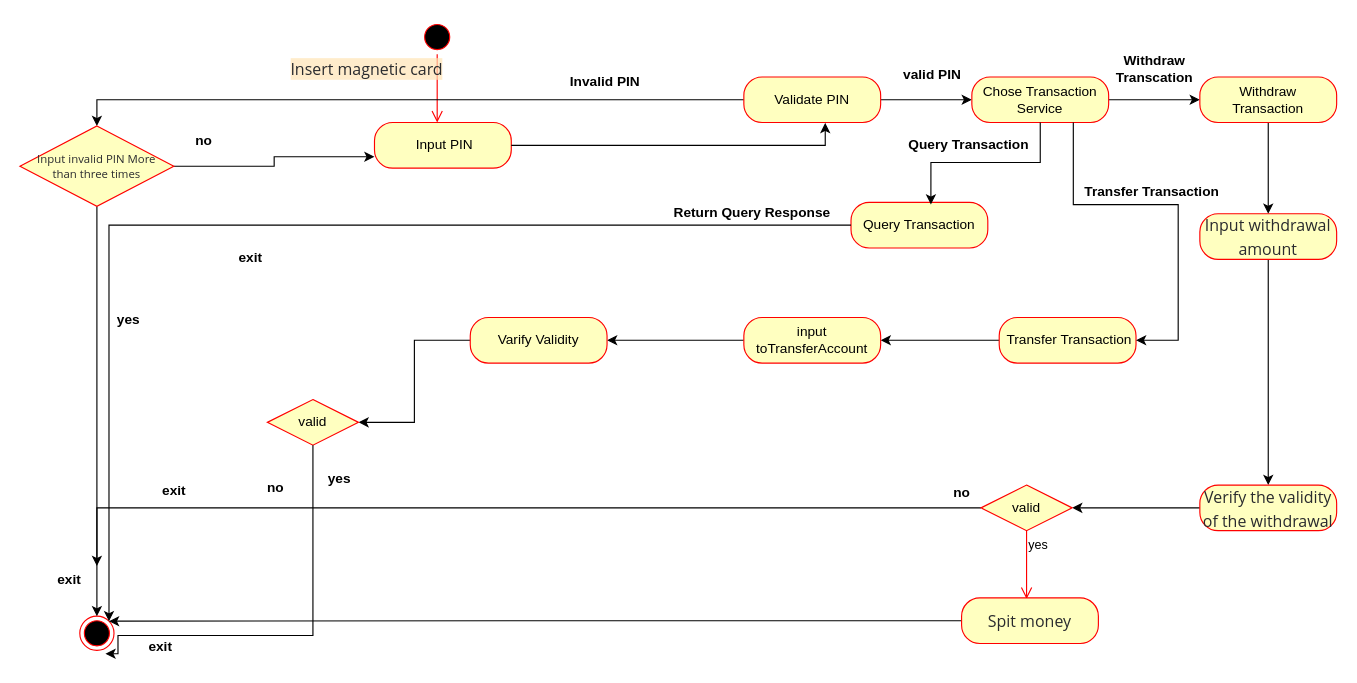
Above: 吴宏伟-活动图-1.drawio in Forrest-Tao/draw.io (draw.io), before the change. Source tidied: cells renumbered, new cells numbered last; positions are measured from the earlier drawing's top-left corner, leaving out a move shared by most shapes. Both pictures are drawn from the tidied source at 114%, with x=0, y=0 at pixel (19, 19).
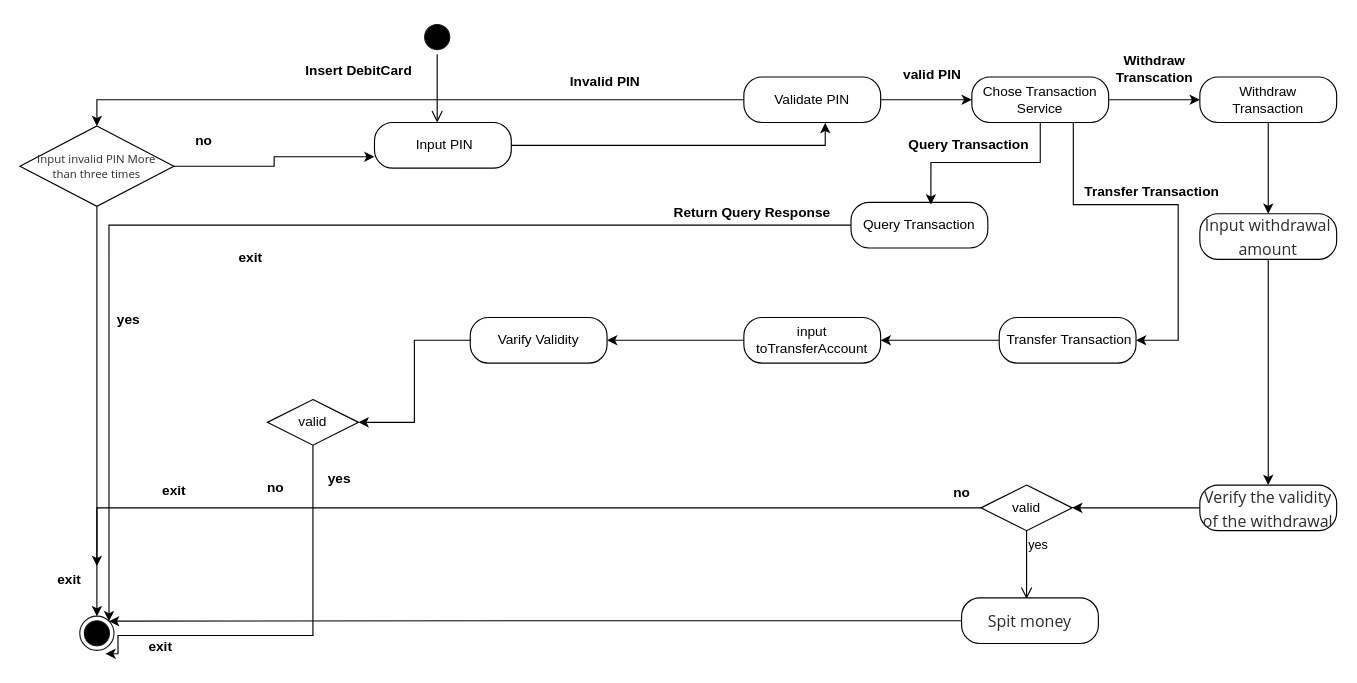
The same page after the edit.

Commit message (it also covers changes not shown here):
更新吴宏伟-活动图-1.drawio

Diff of the diagram source:
```diff
@@
-    <mxCell id="2" style="ellipse;html=1;shape=startState;fillColor=#000000;strokeColor=#ff0000;" parent="1" vertex="1">
+    <mxCell id="2" style="ellipse;html=1;shape=startState;fillColor=#000000;strokeColor=#171717;" parent="1" vertex="1">
       <mxGeometry x="351" width="30" height="30" as="geometry" />
     </mxCell>
-    <mxCell id="3" style="edgeStyle=orthogonalEdgeStyle;html=1;verticalAlign=bottom;endArrow=open;endSize=8;strokeColor=#ff0000;rounded=0;" parent="1" edge="1" source="2">
+    <mxCell id="3" style="edgeStyle=orthogonalEdgeStyle;html=1;verticalAlign=bottom;endArrow=open;endSize=8;rounded=0;" parent="1" edge="1" source="2">
       <mxGeometry relative="1" as="geometry">
         <mxPoint x="366" y="90" as="targetPoint" />
       </mxGeometry>
     </mxCell>
-    <mxCell id="4" style="ellipse;html=1;shape=endState;fillColor=#000000;strokeColor=#ff0000;" parent="1" vertex="1">
+    <mxCell id="4" style="ellipse;html=1;shape=endState;fillColor=#000000;strokeColor=#171717;" parent="1" vertex="1">
       <mxGeometry x="52.5" y="523" width="30" height="30" as="geometry" />
     </mxCell>
-    <mxCell id="5" value="&amp;nbsp;Input PIN" style="rounded=1;whiteSpace=wrap;html=1;arcSize=40;fontColor=#000000;fillColor=#ffffc0;strokeColor=#ff0000;" parent="1" vertex="1">
+    <mxCell id="5" value="&amp;nbsp;Input PIN" style="rounded=1;whiteSpace=wrap;html=1;arcSize=40;" parent="1" vertex="1">
       <mxGeometry x="311" y="90" width="120" height="40" as="geometry" />
     </mxCell>
@@
-    <mxCell id="8" value="Validate PIN" style="rounded=1;whiteSpace=wrap;html=1;arcSize=40;fontColor=#000000;fillColor=#ffffc0;strokeColor=#ff0000;" parent="1" vertex="1">
+    <mxCell id="8" value="Validate PIN" style="rounded=1;whiteSpace=wrap;html=1;arcSize=40;" parent="1" vertex="1">
       <mxGeometry x="635" y="50" width="120" height="40" as="geometry" />
     </mxCell>
-    <mxCell id="9" value="&lt;ul style=&quot;box-sizing: border-box; margin: 0px; padding: 0px; color: rgb(42, 43, 46); font-family: &amp;quot;PingFang SC&amp;quot;, &amp;quot;Segoe UI&amp;quot;, Arial, &amp;quot;Microsoft YaHei&amp;quot;, 微软雅黑, 宋体, &amp;quot;Malgun Gothic&amp;quot;, sans-serif; font-size: 14px; font-weight: 400; text-align: start;&quot;&gt;&lt;li style=&quot;box-sizing: border-box; margin: 0px; padding: 0px; list-style: none;&quot;&gt;&lt;p style=&quot;box-sizing: border-box; margin: 0px 0px 2px; padding: 0px; line-height: 21px; display: inline; font-size: var(--main-font-size); background-color: rgba(255, 228, 181, 0.7);&quot; class=&quot;src grammarSection highlight&quot;&gt;Insert magnetic card&lt;/p&gt;&lt;/li&gt;&lt;/ul&gt;" style="text;align=center;fontStyle=1;verticalAlign=middle;spacingLeft=3;spacingRight=3;strokeColor=none;html=1;" parent="1" vertex="1">
-      <mxGeometry x="264" y="30" width="80" height="26" as="geometry" />
-    </mxCell>
@@
-    <mxCell id="12" value="Chose Transaction Service" style="rounded=1;whiteSpace=wrap;html=1;arcSize=40;fontColor=#000000;fillColor=#ffffc0;strokeColor=#ff0000;" parent="1" vertex="1">
+    <mxCell id="12" value="Chose Transaction Service" style="rounded=1;whiteSpace=wrap;html=1;arcSize=40;" parent="1" vertex="1">
       <mxGeometry x="835" y="50" width="120" height="40" as="geometry" />
     </mxCell>
@@
-    <mxCell id="14" value="Withdraw&lt;br&gt;Transaction" style="rounded=1;whiteSpace=wrap;html=1;arcSize=40;fontColor=#000000;fillColor=#ffffc0;strokeColor=#ff0000;" parent="1" vertex="1">
+    <mxCell id="14" value="Withdraw&lt;br&gt;Transaction" style="rounded=1;whiteSpace=wrap;html=1;arcSize=40;" parent="1" vertex="1">
       <mxGeometry x="1035" y="50" width="120" height="40" as="geometry" />
     </mxCell>
@@
-    <mxCell id="17" value="&lt;ul style=&quot;box-sizing: border-box; margin: 0px; padding: 0px; color: rgb(42, 43, 46); font-family: &amp;quot;PingFang SC&amp;quot;, &amp;quot;Segoe UI&amp;quot;, Arial, &amp;quot;Microsoft YaHei&amp;quot;, 微软雅黑, 宋体, &amp;quot;Malgun Gothic&amp;quot;, sans-serif; font-size: 14px;&quot;&gt;&lt;li style=&quot;box-sizing: border-box; margin: 0px; padding: 0px; list-style: none;&quot;&gt;&lt;p style=&quot;box-sizing: border-box; margin: 0px 0px 2px; padding: 0px; line-height: 21px; display: inline; font-size: var(--main-font-size);&quot; class=&quot;src grammarSection&quot;&gt;Input withdrawal amount&lt;/p&gt;&lt;/li&gt;&lt;/ul&gt;" style="rounded=1;whiteSpace=wrap;html=1;arcSize=40;fontColor=#000000;fillColor=#ffffc0;strokeColor=#ff0000;align=center;" parent="1" vertex="1">
+    <mxCell id="17" value="&lt;ul style=&quot;box-sizing: border-box; margin: 0px; padding: 0px; color: rgb(42, 43, 46); font-family: &amp;quot;PingFang SC&amp;quot;, &amp;quot;Segoe UI&amp;quot;, Arial, &amp;quot;Microsoft YaHei&amp;quot;, 微软雅黑, 宋体, &amp;quot;Malgun Gothic&amp;quot;, sans-serif; font-size: 14px;&quot;&gt;&lt;li style=&quot;box-sizing: border-box; margin: 0px; padding: 0px; list-style: none;&quot;&gt;&lt;p style=&quot;box-sizing: border-box; margin: 0px 0px 2px; padding: 0px; line-height: 21px; display: inline; font-size: var(--main-font-size);&quot; class=&quot;src grammarSection&quot;&gt;Input withdrawal amount&lt;/p&gt;&lt;/li&gt;&lt;/ul&gt;" style="rounded=1;whiteSpace=wrap;html=1;arcSize=40;align=center;" parent="1" vertex="1">
       <mxGeometry x="1035" y="170" width="120" height="40" as="geometry" />
     </mxCell>
@@
-    <mxCell id="19" value="&lt;ul style=&quot;box-sizing: border-box; margin: 0px; padding: 0px; color: rgb(42, 43, 46); font-family: &amp;quot;PingFang SC&amp;quot;, &amp;quot;Segoe UI&amp;quot;, Arial, &amp;quot;Microsoft YaHei&amp;quot;, 微软雅黑, 宋体, &amp;quot;Malgun Gothic&amp;quot;, sans-serif; font-size: 14px;&quot;&gt;&lt;li style=&quot;box-sizing: border-box; margin: 0px; padding: 0px; list-style: none;&quot;&gt;&lt;p style=&quot;box-sizing: border-box; margin: 0px 0px 2px; padding: 0px; line-height: 21px; display: inline; font-size: var(--main-font-size);&quot; class=&quot;src grammarSection&quot;&gt;Verify the validity of the withdrawal&lt;/p&gt;&lt;/li&gt;&lt;/ul&gt;" style="rounded=1;whiteSpace=wrap;html=1;arcSize=40;fontColor=#000000;fillColor=#ffffc0;strokeColor=#ff0000;align=center;" parent="1" vertex="1">
+    <mxCell id="19" value="&lt;ul style=&quot;box-sizing: border-box; margin: 0px; padding: 0px; color: rgb(42, 43, 46); font-family: &amp;quot;PingFang SC&amp;quot;, &amp;quot;Segoe UI&amp;quot;, Arial, &amp;quot;Microsoft YaHei&amp;quot;, 微软雅黑, 宋体, &amp;quot;Malgun Gothic&amp;quot;, sans-serif; font-size: 14px;&quot;&gt;&lt;li style=&quot;box-sizing: border-box; margin: 0px; padding: 0px; list-style: none;&quot;&gt;&lt;p style=&quot;box-sizing: border-box; margin: 0px 0px 2px; padding: 0px; line-height: 21px; display: inline; font-size: var(--main-font-size);&quot; class=&quot;src grammarSection&quot;&gt;Verify the validity of the withdrawal&lt;/p&gt;&lt;/li&gt;&lt;/ul&gt;" style="rounded=1;whiteSpace=wrap;html=1;arcSize=40;align=center;" parent="1" vertex="1">
       <mxGeometry x="1035" y="408" width="120" height="40" as="geometry" />
     </mxCell>
@@
-    <mxCell id="21" value="valid" style="rhombus;whiteSpace=wrap;html=1;fontColor=#000000;fillColor=#ffffc0;strokeColor=#ff0000;" parent="1" vertex="1">
+    <mxCell id="21" value="valid" style="rhombus;whiteSpace=wrap;html=1;" parent="1" vertex="1">
       <mxGeometry x="843" y="408" width="80" height="40" as="geometry" />
     </mxCell>
-    <mxCell id="22" value="yes" style="edgeStyle=orthogonalEdgeStyle;html=1;align=left;verticalAlign=top;endArrow=open;endSize=8;strokeColor=#ff0000;rounded=0;" parent="1" edge="1" source="21">
+    <mxCell id="22" value="yes" style="edgeStyle=orthogonalEdgeStyle;html=1;align=left;verticalAlign=top;endArrow=open;endSize=8;rounded=0;" parent="1" edge="1" source="21">
       <mxGeometry x="-1" relative="1" as="geometry">
         <mxPoint x="883" y="508" as="targetPoint" />
       </mxGeometry>
     </mxCell>
@@
-    <mxCell id="25" value="&lt;ul style=&quot;box-sizing: border-box; margin: 0px; padding: 0px; color: rgb(42, 43, 46); font-family: &amp;quot;PingFang SC&amp;quot;, &amp;quot;Segoe UI&amp;quot;, Arial, &amp;quot;Microsoft YaHei&amp;quot;, 微软雅黑, 宋体, &amp;quot;Malgun Gothic&amp;quot;, sans-serif; font-size: 14px; text-align: start;&quot;&gt;&lt;li style=&quot;box-sizing: border-box; margin: 0px; padding: 0px; list-style: none;&quot;&gt;&lt;p style=&quot;box-sizing: border-box; margin: 0px 0px 2px; padding: 0px; line-height: 21px; display: inline; font-size: var(--main-font-size);&quot; class=&quot;src grammarSection&quot;&gt;Spit money&lt;/p&gt;&lt;/li&gt;&lt;/ul&gt;" style="rounded=1;whiteSpace=wrap;html=1;arcSize=40;fontColor=#000000;fillColor=#ffffc0;strokeColor=#ff0000;" parent="1" vertex="1">
+    <mxCell id="25" value="&lt;ul style=&quot;box-sizing: border-box; margin: 0px; padding: 0px; color: rgb(42, 43, 46); font-family: &amp;quot;PingFang SC&amp;quot;, &amp;quot;Segoe UI&amp;quot;, Arial, &amp;quot;Microsoft YaHei&amp;quot;, 微软雅黑, 宋体, &amp;quot;Malgun Gothic&amp;quot;, sans-serif; font-size: 14px; text-align: start;&quot;&gt;&lt;li style=&quot;box-sizing: border-box; margin: 0px; padding: 0px; list-style: none;&quot;&gt;&lt;p style=&quot;box-sizing: border-box; margin: 0px 0px 2px; padding: 0px; line-height: 21px; display: inline; font-size: var(--main-font-size);&quot; class=&quot;src grammarSection&quot;&gt;Spit money&lt;/p&gt;&lt;/li&gt;&lt;/ul&gt;" style="rounded=1;whiteSpace=wrap;html=1;arcSize=40;" parent="1" vertex="1">
       <mxGeometry x="826" y="507" width="120" height="40" as="geometry" />
     </mxCell>
@@
-    <mxCell id="32" value="&lt;div style=&quot;font-size: 10px;&quot;&gt;&lt;span style=&quot;background-color: initial; color: rgb(42, 43, 46); font-family: &amp;quot;PingFang SC&amp;quot;, &amp;quot;Segoe UI&amp;quot;, Arial, &amp;quot;Microsoft YaHei&amp;quot;, 微软雅黑, 宋体, &amp;quot;Malgun Gothic&amp;quot;, sans-serif; font-size: var(--main-font-size);&quot;&gt;Input invalid PIN More than&amp;nbsp;&lt;/span&gt;&lt;span style=&quot;background-color: initial; color: rgb(42, 43, 46); font-family: &amp;quot;PingFang SC&amp;quot;, &amp;quot;Segoe UI&amp;quot;, Arial, &amp;quot;Microsoft YaHei&amp;quot;, 微软雅黑, 宋体, &amp;quot;Malgun Gothic&amp;quot;, sans-serif; font-size: var(--main-font-size);&quot;&gt;three times&lt;/span&gt;&lt;/div&gt;" style="rhombus;whiteSpace=wrap;html=1;fontColor=#000000;fillColor=#ffffc0;strokeColor=#ff0000;align=center;" parent="1" vertex="1">
+    <mxCell id="32" value="&lt;div style=&quot;font-size: 10px;&quot;&gt;&lt;span style=&quot;background-color: initial; color: rgb(42, 43, 46); font-family: &amp;quot;PingFang SC&amp;quot;, &amp;quot;Segoe UI&amp;quot;, Arial, &amp;quot;Microsoft YaHei&amp;quot;, 微软雅黑, 宋体, &amp;quot;Malgun Gothic&amp;quot;, sans-serif; font-size: var(--main-font-size);&quot;&gt;Input invalid PIN More than&amp;nbsp;&lt;/span&gt;&lt;span style=&quot;background-color: initial; color: rgb(42, 43, 46); font-family: &amp;quot;PingFang SC&amp;quot;, &amp;quot;Segoe UI&amp;quot;, Arial, &amp;quot;Microsoft YaHei&amp;quot;, 微软雅黑, 宋体, &amp;quot;Malgun Gothic&amp;quot;, sans-serif; font-size: var(--main-font-size);&quot;&gt;three times&lt;/span&gt;&lt;/div&gt;" style="rhombus;whiteSpace=wrap;html=1;align=center;" parent="1" vertex="1">
       <mxGeometry y="93" width="135" height="70.5" as="geometry" />
     </mxCell>
@@
-    <mxCell id="36" value="Query Transaction" style="rounded=1;whiteSpace=wrap;html=1;arcSize=40;fontColor=#000000;fillColor=#ffffc0;strokeColor=#ff0000;" parent="1" vertex="1">
+    <mxCell id="36" value="Query Transaction" style="rounded=1;whiteSpace=wrap;html=1;arcSize=40;" parent="1" vertex="1">
       <mxGeometry x="729" y="160" width="120" height="40" as="geometry" />
     </mxCell>
@@
-    <mxCell id="43" value="&amp;nbsp;Transfer Transaction" style="rounded=1;whiteSpace=wrap;html=1;arcSize=40;fontColor=#000000;fillColor=#ffffc0;strokeColor=#ff0000;" parent="1" vertex="1">
+    <mxCell id="43" value="&amp;nbsp;Transfer Transaction" style="rounded=1;whiteSpace=wrap;html=1;arcSize=40;" parent="1" vertex="1">
       <mxGeometry x="859" y="261" width="120" height="40" as="geometry" />
     </mxCell>
@@
-    <mxCell id="47" value="input toTransferAccount" style="rounded=1;whiteSpace=wrap;html=1;arcSize=40;fontColor=#000000;fillColor=#ffffc0;strokeColor=#ff0000;" parent="1" vertex="1">
+    <mxCell id="47" value="input toTransferAccount" style="rounded=1;whiteSpace=wrap;html=1;arcSize=40;" parent="1" vertex="1">
       <mxGeometry x="635" y="261" width="120" height="40" as="geometry" />
     </mxCell>
@@
-    <mxCell id="49" value="Varify Validity" style="rounded=1;whiteSpace=wrap;html=1;arcSize=40;fontColor=#000000;fillColor=#ffffc0;strokeColor=#ff0000;" parent="1" vertex="1">
+    <mxCell id="49" value="Varify Validity" style="rounded=1;whiteSpace=wrap;html=1;arcSize=40;" parent="1" vertex="1">
       <mxGeometry x="395" y="261" width="120" height="40" as="geometry" />
     </mxCell>
-    <mxCell id="50" value="valid" style="rhombus;whiteSpace=wrap;html=1;fontColor=#000000;fillColor=#ffffc0;strokeColor=#ff0000;" parent="1" vertex="1">
+    <mxCell id="50" value="valid" style="rhombus;whiteSpace=wrap;html=1;" parent="1" vertex="1">
       <mxGeometry x="217" y="333" width="80" height="40" as="geometry" />
     </mxCell>
@@
+    <mxCell id="54" value="Insert DebitCard" style="text;align=center;fontStyle=1;verticalAlign=middle;spacingLeft=3;spacingRight=3;strokeColor=none;html=1;" parent="1" vertex="1">
+      <mxGeometry x="257" y="32" width="80" height="26" as="geometry" />
+    </mxCell>
```
